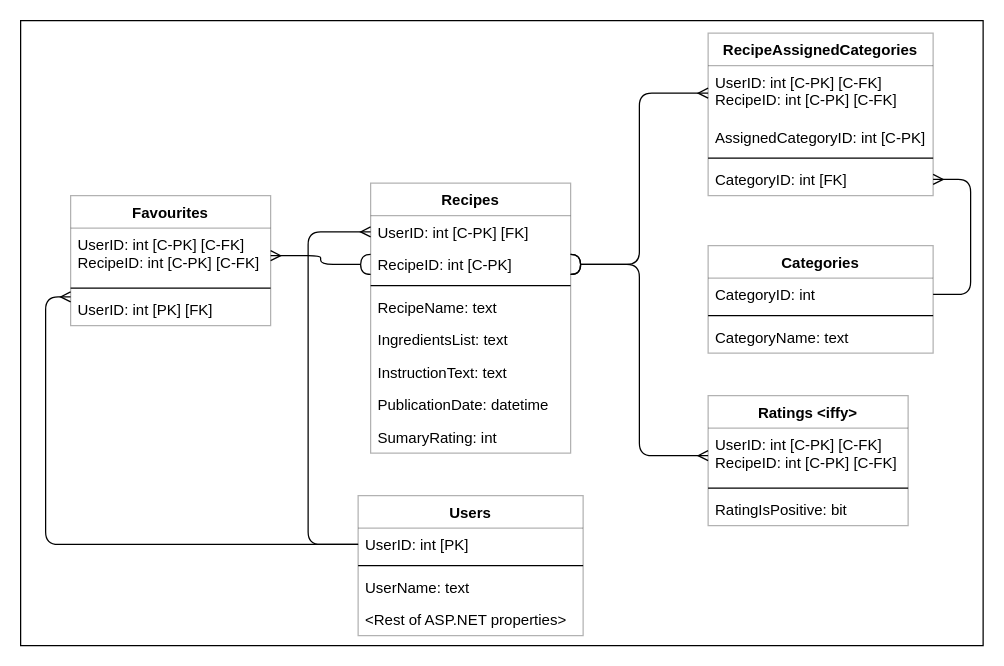
This is Informacje/Projekt bazy.drawio from ProgramistycznySwir/WebApp-Projekt, a draw.io file, before an edit. Source tidied: cells renumbered, new cells numbered last; positions are measured from the earlier drawing's top-left corner, leaving out a move shared by most shapes. Both pictures are drawn from the tidied source at 125%, with x=0, y=0 at pixel (20, 20).
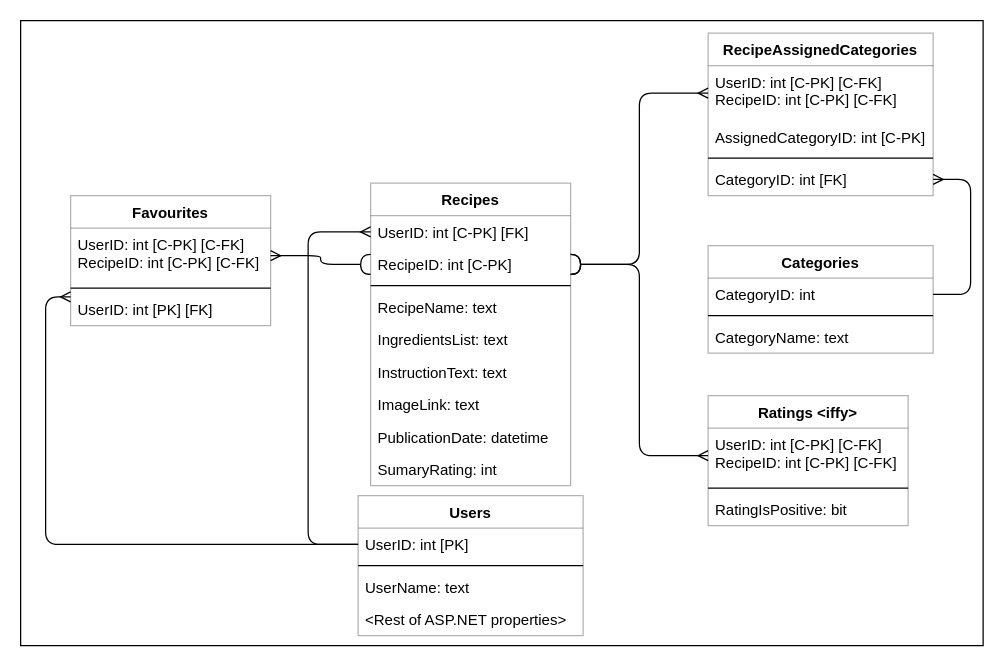
Above is the later version.

Commit message (it also covers changes not shown here):
Update Projekt bazy

Diff of the diagram source:
```diff
@@
     <mxCell id="3" value="Recipes" style="swimlane;fontStyle=1;align=center;verticalAlign=top;horizontal=1;startSize=26;opacity=30;" parent="1" vertex="1">
-      <mxGeometry x="280" y="130" width="160" height="216" as="geometry" />
+      <mxGeometry x="280" y="130" width="160" height="242" as="geometry" />
     </mxCell>
@@
+    <mxCell id="40" value="ImageLink: text" style="text;strokeColor=none;fillColor=none;align=left;verticalAlign=top;spacingLeft=4;spacingRight=4;overflow=hidden;" parent="3" vertex="1">
+      <mxGeometry y="164" width="160" height="26" as="geometry" />
+    </mxCell>
     <mxCell id="10" value="PublicationDate: datetime" style="text;strokeColor=none;fillColor=none;align=left;verticalAlign=top;spacingLeft=4;spacingRight=4;overflow=hidden;" parent="3" vertex="1">
-      <mxGeometry y="164" width="160" height="26" as="geometry" />
+      <mxGeometry y="190" width="160" height="26" as="geometry" />
     </mxCell>
     <mxCell id="11" value="SumaryRating: int" style="text;strokeColor=none;fillColor=none;align=left;verticalAlign=top;spacingLeft=4;spacingRight=4;overflow=hidden;" parent="3" vertex="1">
-      <mxGeometry y="190" width="160" height="26" as="geometry" />
+      <mxGeometry y="216" width="160" height="26" as="geometry" />
     </mxCell>
```
